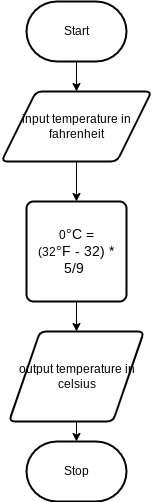
This is design/flow-chart.png from Liya-Getachew/ICS2O-Unit3-04-JS, a draw.io export, as it was before one commit. Source tidied: cells renumbered, new cells last; positions are measured from the earlier drawing's top-left corner, leaving out a move shared by most shapes.
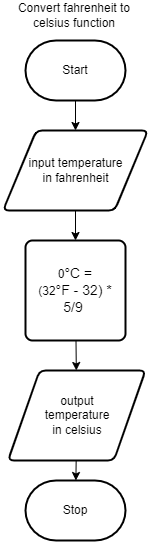
After the change.

What changed in the source:
```diff
@@ -11,8 +11,8 @@
     <mxCell id="4" style="edgeStyle=none;html=1;" parent="1" edge="1" source="5" target="7">
       <mxGeometry relative="1" as="geometry" />
     </mxCell>
-    <mxCell id="5" value="input temperature in fahrenheit" style="shape=parallelogram;html=1;strokeWidth=2;perimeter=parallelogramPerimeter;whiteSpace=wrap;rounded=1;arcSize=12;size=0.23;" parent="1" vertex="1">
-      <mxGeometry y="90" width="150" height="70" as="geometry" />
+    <mxCell id="5" value="input temperature&lt;br&gt;in fahrenheit" style="shape=parallelogram;html=1;strokeWidth=2;perimeter=parallelogramPerimeter;whiteSpace=wrap;rounded=1;arcSize=12;size=0.23;" parent="1" vertex="1">
+      <mxGeometry x="2.5" y="90" width="145" height="80" as="geometry" />
     </mxCell>
     <mxCell id="6" style="edgeStyle=none;html=1;" parent="1" edge="1" source="7" target="9">
       <mxGeometry relative="1" as="geometry" />
@@ -23,11 +23,14 @@
     <mxCell id="8" style="edgeStyle=none;html=1;" parent="1" edge="1" source="9" target="10">
       <mxGeometry relative="1" as="geometry" />
     </mxCell>
-    <mxCell id="9" value="output temperature in celsius" style="shape=parallelogram;html=1;strokeWidth=2;perimeter=parallelogramPerimeter;whiteSpace=wrap;rounded=1;arcSize=12;size=0.23;fontSize=12;align=center;" parent="1" vertex="1">
-      <mxGeometry x="7.5" y="330" width="135" height="90" as="geometry" />
+    <mxCell id="9" value="output &lt;br&gt;temperature &lt;br&gt;in celsius" style="shape=parallelogram;html=1;strokeWidth=2;perimeter=parallelogramPerimeter;whiteSpace=wrap;rounded=1;arcSize=12;size=0.23;fontSize=12;align=center;" parent="1" vertex="1">
+      <mxGeometry x="7.5" y="330" width="137.5" height="90" as="geometry" />
     </mxCell>
     <mxCell id="10" value="Stop" style="strokeWidth=2;html=1;shape=mxgraph.flowchart.terminator;whiteSpace=wrap;" parent="1" vertex="1">
       <mxGeometry x="25" y="440" width="100" height="60" as="geometry" />
     </mxCell>
+    <mxCell id="11" value="Convert fahrenheit to celsius function" style="text;html=1;strokeColor=none;fillColor=none;align=center;verticalAlign=middle;whiteSpace=wrap;rounded=0;" parent="1" vertex="1">
+      <mxGeometry y="-40" width="147.5" height="30" as="geometry" />
+    </mxCell>
   </root>
 </mxGraphModel>
```
